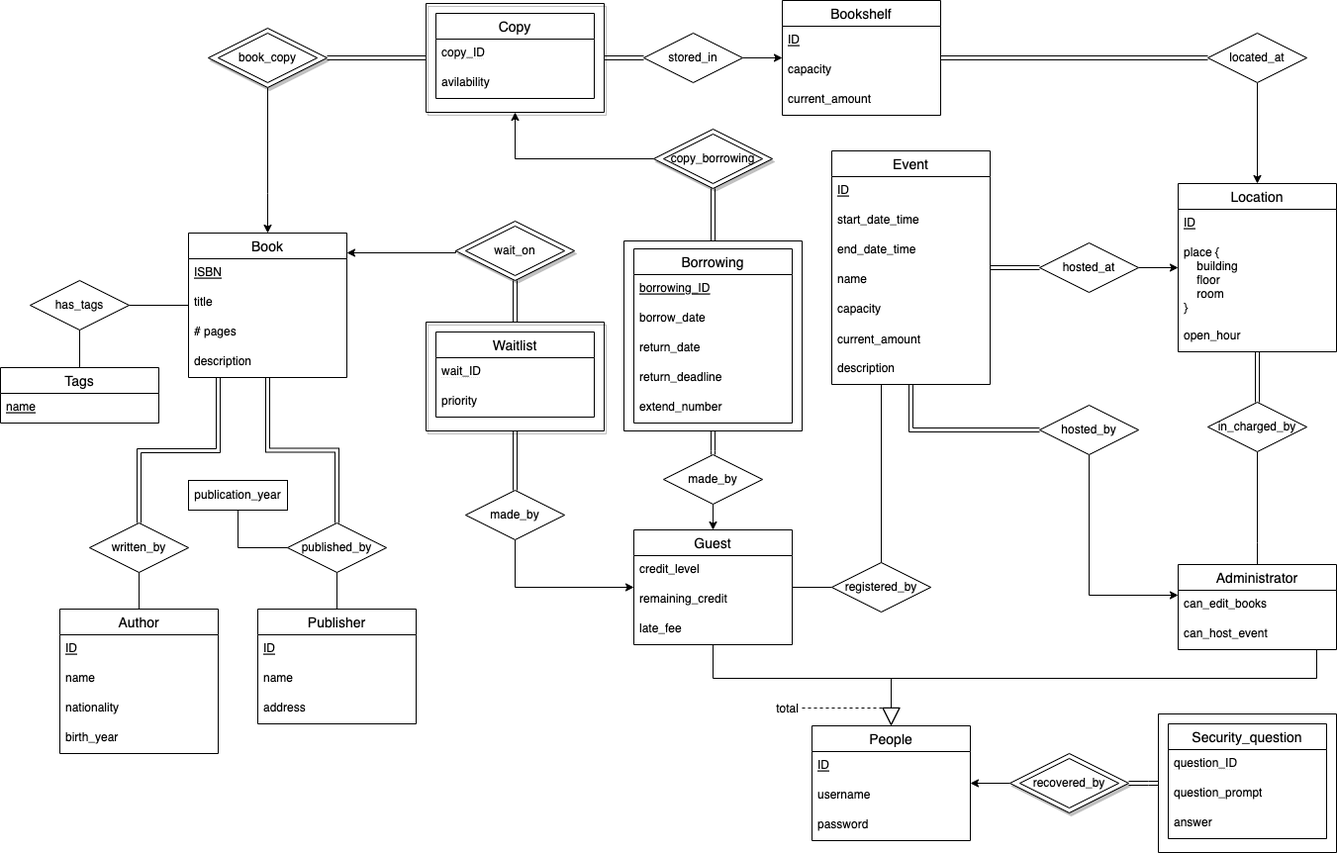
The draw.io diagram schema/er_diagram/ER_diagram_draft.png in Kassaking7/eLibraryManagementSystem, before a commit. Source tidied: cells renumbered, new cells last; positions are measured from the earlier drawing's top-left corner, leaving out a move shared by most shapes.
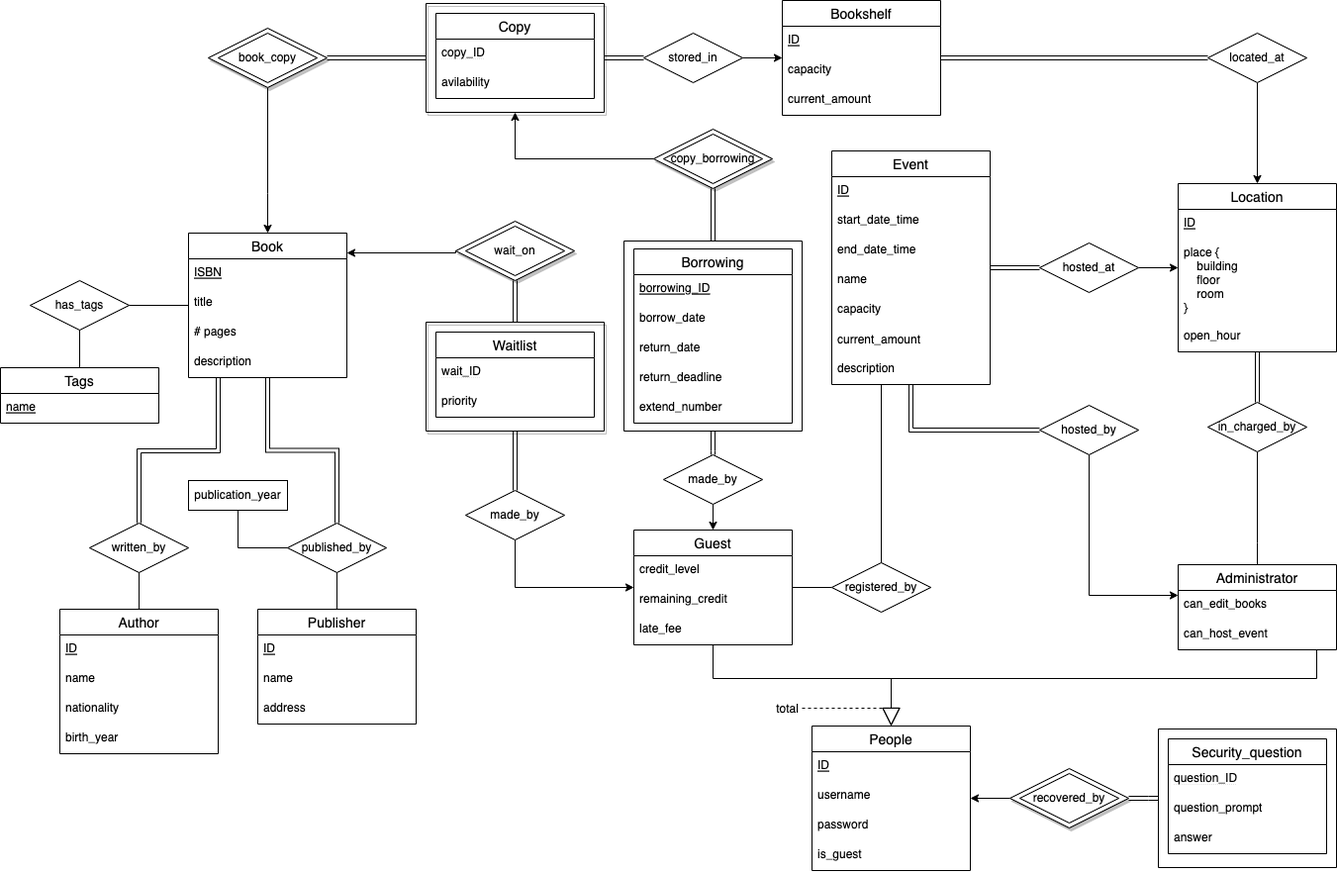
After the commit.

Change to the diagram source:
```diff
@@ -122,7 +122,7 @@
       <mxGeometry y="86" width="160" height="30" as="geometry" />
     </mxCell>
     <mxCell id="40" value="People" style="swimlane;fontStyle=0;horizontal=1;startSize=26;align=center;fontSize=14;" parent="1" vertex="1">
-      <mxGeometry x="820" y="733" width="160" height="116" as="geometry" />
+      <mxGeometry x="820" y="733" width="160" height="146" as="geometry" />
     </mxCell>
     <mxCell id="41" value="ID" style="text;strokeColor=none;fillColor=none;spacingLeft=4;spacingRight=4;overflow=hidden;fontSize=12;fontStyle=4;" parent="40" vertex="1">
       <mxGeometry y="26" width="160" height="30" as="geometry" />
@@ -133,6 +133,9 @@
     <mxCell id="43" value="password" style="text;strokeColor=none;fillColor=none;spacingLeft=4;spacingRight=4;overflow=hidden;fontSize=12;fontStyle=0;" parent="40" vertex="1">
       <mxGeometry y="86" width="160" height="30" as="geometry" />
     </mxCell>
+    <mxCell id="120" value="is_guest" style="text;strokeColor=none;fillColor=none;spacingLeft=4;spacingRight=4;overflow=hidden;fontSize=12;fontStyle=0;" parent="40" vertex="1">
+      <mxGeometry y="116" width="160" height="30" as="geometry" />
+    </mxCell>
     <mxCell id="44" value="Administrator" style="swimlane;fontStyle=0;horizontal=1;startSize=26;align=center;fontSize=14;" parent="1" vertex="1">
       <mxGeometry x="1190" y="570" width="160" height="86" as="geometry" />
     </mxCell>
@@ -304,7 +307,7 @@
       <mxGeometry x="840" y="568" width="100" height="50" as="geometry" />
     </mxCell>
     <mxCell id="90" value="Security_question" style="swimlane;fontStyle=0;horizontal=1;startSize=26;align=center;fontSize=14;" parent="1" vertex="1">
-      <mxGeometry x="1180" y="731" width="160" height="116" as="geometry" />
+      <mxGeometry x="1180" y="746" width="160" height="116" as="geometry" />
     </mxCell>
     <mxCell id="91" value="&lt;u style=&quot;text-decoration:underline dotted;text-underline-position:under&quot;&gt;question_ID&lt;/u&gt;" style="text;strokeColor=none;fillColor=none;spacingLeft=4;spacingRight=4;overflow=hidden;fontSize=12;fontStyle=4;html=1;" parent="90" vertex="1">
       <mxGeometry y="26" width="160" height="30" as="geometry" />
@@ -319,16 +322,16 @@
       <mxGeometry relative="1" as="geometry" />
     </mxCell>
     <mxCell id="95" style="swimlane;startSize=0;" parent="1" vertex="1">
-      <mxGeometry x="1170" y="721" width="180" height="140" as="geometry" />
+      <mxGeometry x="1170" y="736" width="180" height="140" as="geometry" />
     </mxCell>
     <mxCell id="96" style="edgeStyle=orthogonalEdgeStyle;rounded=0;sketch=0;jettySize=auto;html=1;exitX=0;exitY=0.5;exitDx=0;exitDy=0;endArrow=classic;endFill=1;" parent="1" edge="1" source="97" target="40">
       <mxGeometry relative="1" as="geometry" />
     </mxCell>
     <mxCell id="97" style="rhombus;whiteSpace=wrap;html=1;shadow=1;" parent="1" vertex="1">
-      <mxGeometry x="1020" y="761" width="120" height="60" as="geometry" />
+      <mxGeometry x="1020" y="776" width="120" height="60" as="geometry" />
     </mxCell>
     <mxCell id="98" value="recovered_by" style="rhombus;whiteSpace=wrap;html=1;" parent="1" vertex="1">
-      <mxGeometry x="1030" y="766" width="100" height="50" as="geometry" />
+      <mxGeometry x="1030" y="781" width="100" height="50" as="geometry" />
     </mxCell>
     <mxCell id="99" value="Waitlist" style="swimlane;fontStyle=0;horizontal=1;startSize=26;align=center;fontSize=14;" parent="1" vertex="1">
       <mxGeometry x="440" y="335" width="160" height="86" as="geometry" />
```
